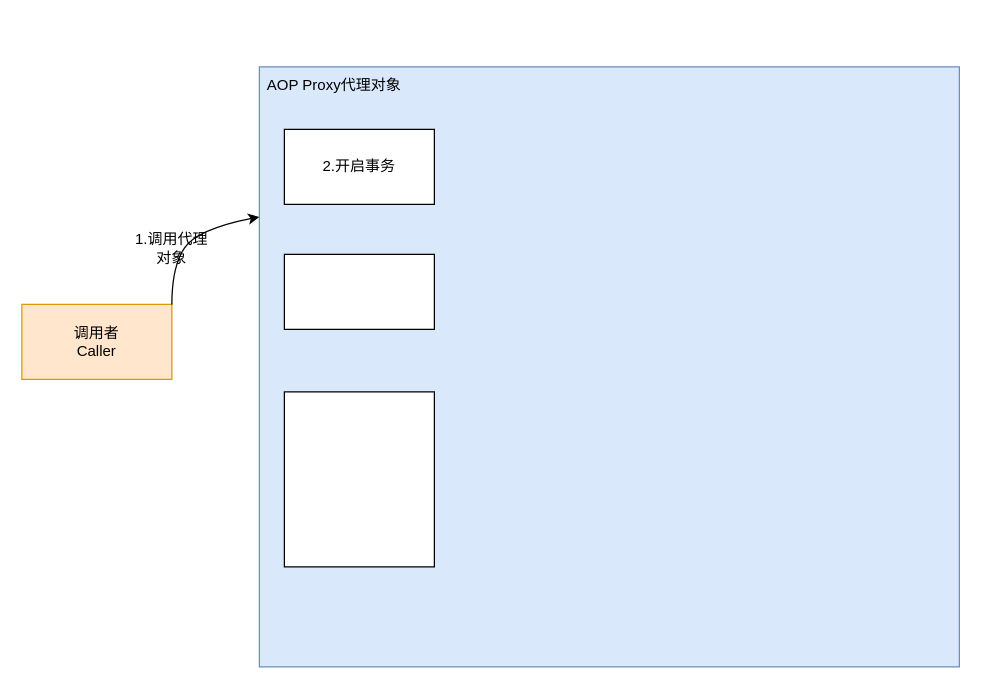
This is spring/Spring事务目标对象内部的自我调用流程.drawio from zhenjie-chen/diagrams, a draw.io file, before an edit. Source tidied: cells renumbered, new cells numbered last; positions are measured from the earlier drawing's top-left corner, leaving out a move shared by most shapes. Both pictures are drawn from the tidied source at 125%, with x=0, y=0 at pixel (21, 66).
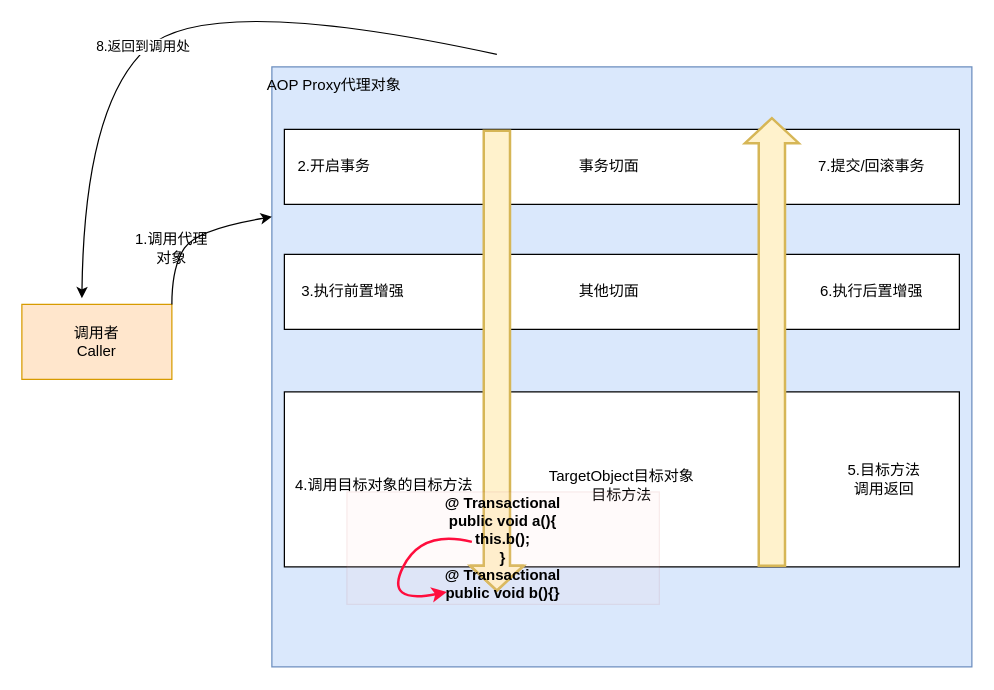
Above is the later version.

Commit message:
更新Spring事务目标对象内部的自我调用流程.drawio

Unchanged cells that the change refers to:
```xml
<mxCell id="2" value="调用者&lt;br&gt;Caller" style="rounded=0;whiteSpace=wrap;html=1;fillColor=#ffe6cc;strokeColor=#d79b00;gradientColor=none;" parent="1" vertex="1">
  <mxGeometry y="190" width="120" height="60" as="geometry" />
</mxCell>
```

What changed in the source:
```diff
@@
     <mxCell id="3" style="rounded=0;whiteSpace=wrap;html=1;fillColor=#dae8fc;strokeColor=#6c8ebf;" parent="1" vertex="1">
-      <mxGeometry x="190" width="560" height="480" as="geometry" />
+      <mxGeometry x="200" width="560" height="480" as="geometry" />
     </mxCell>
@@
-    <mxCell id="7" value="2.开启事务" style="rounded=0;whiteSpace=wrap;html=1;" parent="1" vertex="1">
-      <mxGeometry x="210" y="50" width="120" height="60" as="geometry" />
+    <mxCell id="7" style="rounded=0;whiteSpace=wrap;html=1;" parent="1" vertex="1">
+      <mxGeometry x="210" y="50" width="540" height="60" as="geometry" />
     </mxCell>
     <mxCell id="8" style="rounded=0;whiteSpace=wrap;html=1;" parent="1" vertex="1">
-      <mxGeometry x="210" y="150" width="120" height="60" as="geometry" />
+      <mxGeometry x="210" y="150" width="540" height="60" as="geometry" />
     </mxCell>
     <mxCell id="9" style="rounded=0;whiteSpace=wrap;html=1;" parent="1" vertex="1">
-      <mxGeometry x="210" y="260" width="120" height="140" as="geometry" />
+      <mxGeometry x="210" y="260" width="540" height="140" as="geometry" />
     </mxCell>
+    <mxCell id="10" value="其他切面" style="text;html=1;strokeColor=none;fillColor=none;align=center;verticalAlign=middle;whiteSpace=wrap;rounded=0;" parent="1" vertex="1">
+      <mxGeometry x="440" y="165" width="60" height="30" as="geometry" />
+    </mxCell>
+    <mxCell id="11" value="3.执行前置增强" style="text;html=1;strokeColor=none;fillColor=none;align=center;verticalAlign=middle;whiteSpace=wrap;rounded=0;" parent="1" vertex="1">
+      <mxGeometry x="220" y="165" width="90" height="30" as="geometry" />
+    </mxCell>
+    <mxCell id="12" value="6.执行后置增强" style="text;html=1;strokeColor=none;fillColor=none;align=center;verticalAlign=middle;whiteSpace=wrap;rounded=0;" parent="1" vertex="1">
+      <mxGeometry x="610" y="165" width="140" height="30" as="geometry" />
+    </mxCell>
+    <mxCell id="13" value="7.提交/回滚事务" style="text;html=1;strokeColor=none;fillColor=none;align=center;verticalAlign=middle;whiteSpace=wrap;rounded=0;" parent="1" vertex="1">
+      <mxGeometry x="610" y="65" width="140" height="30" as="geometry" />
+    </mxCell>
+    <mxCell id="14" value="事务切面" style="text;html=1;strokeColor=none;fillColor=none;align=center;verticalAlign=middle;whiteSpace=wrap;rounded=0;" parent="1" vertex="1">
+      <mxGeometry x="440" y="65" width="60" height="30" as="geometry" />
+    </mxCell>
+    <mxCell id="15" value="2.开启事务" style="text;html=1;strokeColor=none;fillColor=none;align=center;verticalAlign=middle;whiteSpace=wrap;rounded=0;" parent="1" vertex="1">
+      <mxGeometry x="220" y="65" width="60" height="30" as="geometry" />
+    </mxCell>
+    <mxCell id="16" value="4.调用目标对象的目标方法" style="text;html=1;strokeColor=none;fillColor=none;align=center;verticalAlign=middle;whiteSpace=wrap;rounded=0;" parent="1" vertex="1">
+      <mxGeometry x="200" y="320" width="180" height="30" as="geometry" />
+    </mxCell>
+    <mxCell id="17" value="TargetObject目标对象目标方法" style="text;html=1;strokeColor=none;fillColor=none;align=center;verticalAlign=middle;whiteSpace=wrap;rounded=0;" parent="1" vertex="1">
+      <mxGeometry x="415" y="320" width="130" height="30" as="geometry" />
+    </mxCell>
+    <mxCell id="18" value="5.目标方法&lt;br&gt;调用返回" style="text;html=1;strokeColor=none;fillColor=none;align=center;verticalAlign=middle;whiteSpace=wrap;rounded=0;" parent="1" vertex="1">
+      <mxGeometry x="660" y="315" width="60" height="30" as="geometry" />
+    </mxCell>
+    <mxCell id="19" style="shape=flexArrow;endArrow=classic;html=1;rounded=0;fillColor=#fff2cc;strokeColor=#d6b656;strokeWidth=2;width=20;" parent="1" edge="1">
+      <mxGeometry relative="1" as="geometry">
+        <mxPoint x="380" y="50" as="sourcePoint" />
+        <mxPoint x="380" y="420" as="targetPoint" />
+        <Array as="points">
+          <mxPoint x="380" y="250" />
+        </Array>
+      </mxGeometry>
+    </mxCell>
+    <mxCell id="20" style="shape=flexArrow;endArrow=classic;html=1;rounded=0;fillColor=#fff2cc;strokeColor=#d6b656;width=20;strokeWidth=2;" parent="1" edge="1">
+      <mxGeometry relative="1" as="geometry">
+        <mxPoint x="600" y="400" as="sourcePoint" />
+        <mxPoint x="600" y="40" as="targetPoint" />
+      </mxGeometry>
+    </mxCell>
+    <mxCell id="21" value="&lt;b&gt;@ Transactional&lt;br style=&quot;border-color: var(--border-color);&quot;&gt;public void a(){&lt;br style=&quot;border-color: var(--border-color);&quot;&gt;this.b();&lt;br style=&quot;border-color: var(--border-color);&quot;&gt;}&lt;br style=&quot;border-color: var(--border-color);&quot;&gt;@ Transactional&lt;br style=&quot;border-color: var(--border-color);&quot;&gt;public void b(){}&lt;/b&gt;" style="rounded=0;whiteSpace=wrap;html=1;fillColor=#f8cecc;strokeColor=#b85450;opacity=10;" parent="1" vertex="1">
+      <mxGeometry x="260" y="340" width="250" height="90" as="geometry" />
+    </mxCell>
+    <mxCell id="22" style="curved=1;endArrow=classic;html=1;rounded=0;strokeWidth=2;strokeColor=#FF0D3D;" parent="1" edge="1">
+      <mxGeometry relative="1" as="geometry">
+        <mxPoint x="360" y="380" as="sourcePoint" />
+        <mxPoint x="340" y="420" as="targetPoint" />
+        <Array as="points">
+          <mxPoint x="320" y="370" />
+          <mxPoint x="290" y="430" />
+        </Array>
+      </mxGeometry>
+    </mxCell>
+    <mxCell id="23" style="curved=1;endArrow=classic;html=1;rounded=0;entryX=0.4;entryY=-0.083;entryDx=0;entryDy=0;entryPerimeter=0;" parent="1" edge="1" target="2">
+      <mxGeometry relative="1" as="geometry">
+        <mxPoint x="380" y="-10" as="sourcePoint" />
+        <Array as="points">
+          <mxPoint x="150" y="-60" />
+          <mxPoint x="50" y="30" />
+        </Array>
+      </mxGeometry>
+    </mxCell>
+    <mxCell id="24" value="8.返回到调用处" style="edgeLabel;html=1;align=center;verticalAlign=middle;" parent="23" vertex="1">
+      <mxGeometry x="0.16" y="-3" relative="1" as="geometry" />
+    </mxCell>
```
